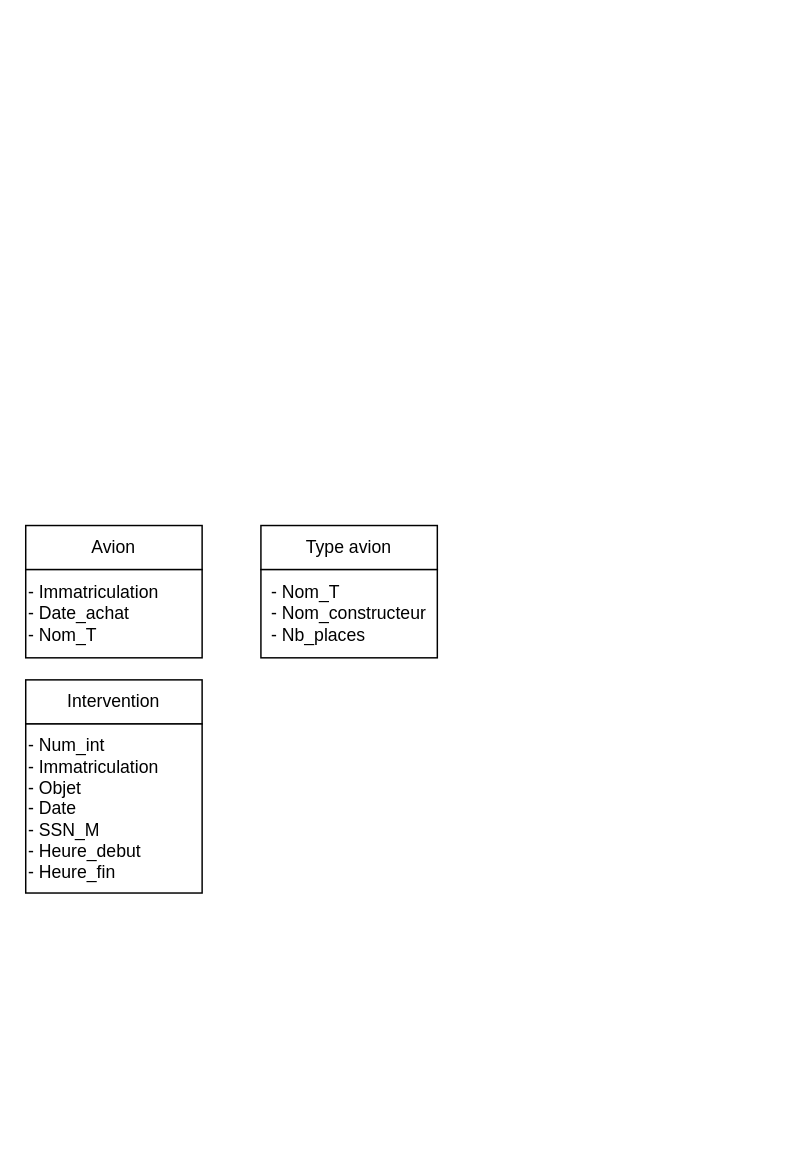
Earlier version of the draw.io diagram src/Untitled Diagram.drawio (guedesite/github-profile-3d-contrib). Source tidied: cells renumbered, new cells numbered last; positions are measured from the earlier drawing's top-left corner, leaving out a move shared by most shapes. Both pictures are drawn from the tidied source at 147%, with x=0, y=0 at pixel (25, 525).
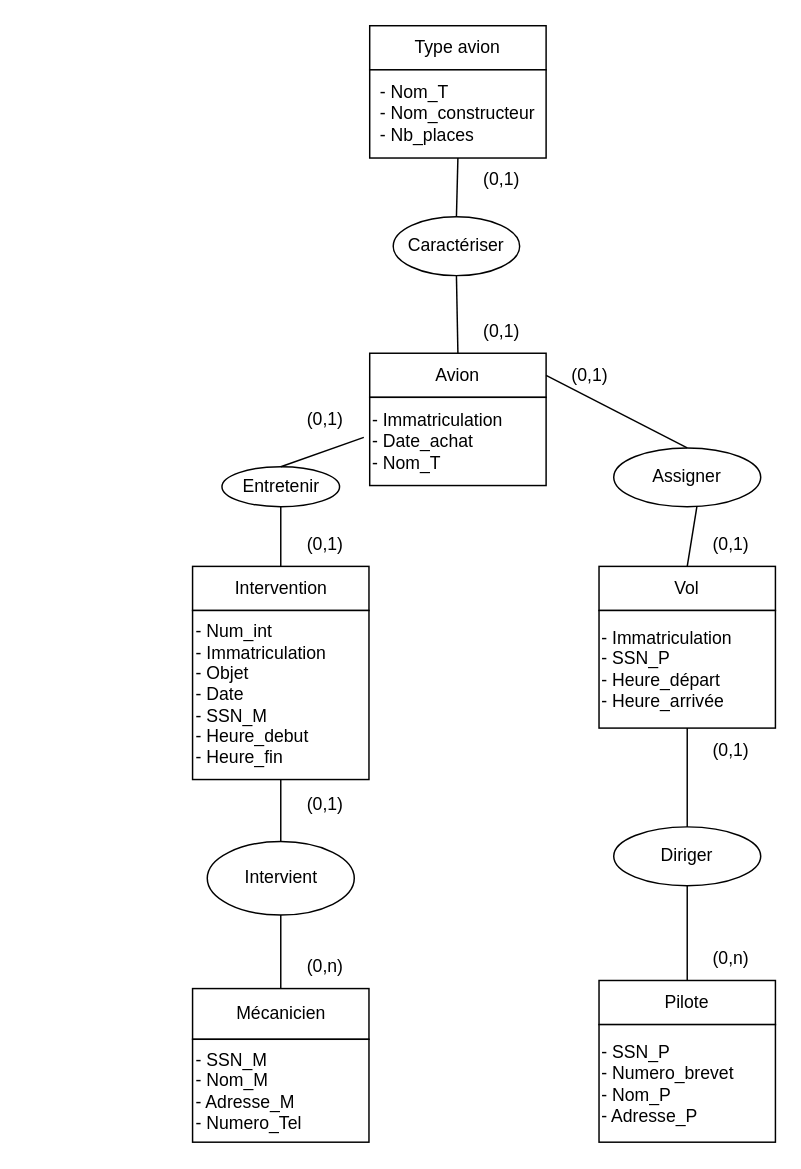
After the change.

Diff of the diagram source:
```diff
@@
     <mxCell id="2" value="Avion" style="rounded=0;whiteSpace=wrap;html=1;" parent="1" vertex="1">
-      <mxGeometry width="120" height="30" as="geometry" />
+      <mxGeometry x="234" y="-117.2" width="120" height="30" as="geometry" />
     </mxCell>
     <mxCell id="3" value="&lt;div align=&quot;left&quot;&gt;- Immatriculation&lt;/div&gt;&lt;div align=&quot;left&quot;&gt;- Date_achat&lt;/div&gt;&lt;div align=&quot;left&quot;&gt;- Nom_T&lt;br&gt;&lt;/div&gt;" style="rounded=0;whiteSpace=wrap;html=1;align=left;" parent="1" vertex="1">
-      <mxGeometry y="30" width="120" height="60" as="geometry" />
+      <mxGeometry x="234" y="-87.2" width="120" height="60" as="geometry" />
     </mxCell>
     <mxCell id="4" value="Intervention" style="rounded=0;whiteSpace=wrap;html=1;" parent="1" vertex="1">
-      <mxGeometry y="105" width="120" height="30" as="geometry" />
+      <mxGeometry x="113.5" y="27.8" width="120" height="30" as="geometry" />
     </mxCell>
     <mxCell id="5" value="&lt;div&gt;- Num_int&lt;/div&gt;&lt;div&gt;- Immatriculation&lt;/div&gt;&lt;div&gt;- Objet&lt;/div&gt;&lt;div&gt;- Date&lt;/div&gt;&lt;div&gt;- SSN_M&lt;/div&gt;&lt;div&gt;- Heure_debut&lt;/div&gt;&lt;div&gt;- Heure_fin&lt;br&gt;&lt;/div&gt;" style="rounded=0;whiteSpace=wrap;html=1;align=left;" parent="1" vertex="1">
-      <mxGeometry y="135" width="120" height="115" as="geometry" />
+      <mxGeometry x="113.5" y="57.8" width="120" height="115" as="geometry" />
     </mxCell>
     <mxCell id="6" value="Type avion" style="rounded=0;whiteSpace=wrap;html=1;" parent="1" vertex="1">
-      <mxGeometry x="160" width="120" height="30" as="geometry" />
+      <mxGeometry x="234" y="-340" width="120" height="30" as="geometry" />
     </mxCell>
     <mxCell id="7" value="&lt;div align=&quot;left&quot;&gt;- Nom_T&lt;/div&gt;&lt;div align=&quot;left&quot;&gt;- Nom_constructeur&lt;/div&gt;&lt;div align=&quot;left&quot;&gt;- Nb_places&lt;br&gt;&lt;/div&gt;" style="rounded=0;whiteSpace=wrap;html=1;" parent="1" vertex="1">
-      <mxGeometry x="160" y="30" width="120" height="60" as="geometry" />
+      <mxGeometry x="234" y="-310" width="120" height="60" as="geometry" />
     </mxCell>
+    <mxCell id="8" value="Mécanicien" style="rounded=0;whiteSpace=wrap;html=1;" parent="1" vertex="1">
+      <mxGeometry x="113.5" y="315" width="120" height="34.5" as="geometry" />
+    </mxCell>
+    <mxCell id="9" value="&lt;div align=&quot;left&quot;&gt;- SSN_M&lt;/div&gt;&lt;div align=&quot;left&quot;&gt;- Nom_M&lt;/div&gt;&lt;div align=&quot;left&quot;&gt;- Adresse_M&lt;/div&gt;&lt;div align=&quot;left&quot;&gt;- Numero_Tel&lt;br&gt;&lt;/div&gt;" style="rounded=0;whiteSpace=wrap;html=1;align=left;" parent="1" vertex="1">
+      <mxGeometry x="113.5" y="349.5" width="120" height="70" as="geometry" />
+    </mxCell>
+    <mxCell id="10" value="Pilote" style="rounded=0;whiteSpace=wrap;html=1;" parent="1" vertex="1">
+      <mxGeometry x="390" y="309.5" width="120" height="30" as="geometry" />
+    </mxCell>
+    <mxCell id="11" value="&lt;div align=&quot;left&quot;&gt;- SSN_P&lt;/div&gt;&lt;div align=&quot;left&quot;&gt;- Numero_brevet&lt;/div&gt;&lt;div align=&quot;left&quot;&gt;- Nom_P&lt;/div&gt;&lt;div align=&quot;left&quot;&gt;- Adresse_P&lt;/div&gt;" style="rounded=0;whiteSpace=wrap;html=1;align=left;" parent="1" vertex="1">
+      <mxGeometry x="390" y="339.5" width="120" height="80" as="geometry" />
+    </mxCell>
+    <mxCell id="12" value="Vol" style="rounded=0;whiteSpace=wrap;html=1;" parent="1" vertex="1">
+      <mxGeometry x="390" y="27.8" width="120" height="30" as="geometry" />
+    </mxCell>
+    <mxCell id="13" value="&lt;div align=&quot;left&quot;&gt;- Immatriculation&lt;/div&gt;&lt;div align=&quot;left&quot;&gt;- SSN_P&lt;/div&gt;&lt;div align=&quot;left&quot;&gt;- Heure_départ&lt;/div&gt;&lt;div align=&quot;left&quot;&gt;- Heure_arrivée&lt;br&gt;&lt;/div&gt;" style="rounded=0;whiteSpace=wrap;html=1;align=left;" parent="1" vertex="1">
+      <mxGeometry x="390" y="57.8" width="120" height="80" as="geometry" />
+    </mxCell>
+    <mxCell id="14" value="Intervient" style="ellipse;whiteSpace=wrap;html=1;" parent="1" vertex="1">
+      <mxGeometry x="123.5" y="215" width="100" height="50" as="geometry" />
+    </mxCell>
+    <mxCell id="15" value="Entretenir" style="ellipse;whiteSpace=wrap;html=1;" parent="1" vertex="1">
+      <mxGeometry x="133.5" y="-40" width="80" height="27.2" as="geometry" />
+    </mxCell>
+    <mxCell id="16" value="Caractériser" style="ellipse;whiteSpace=wrap;html=1;" parent="1" vertex="1">
+      <mxGeometry x="250" y="-210" width="86" height="40" as="geometry" />
+    </mxCell>
+    <mxCell id="17" value="Assigner" style="ellipse;whiteSpace=wrap;html=1;" parent="1" vertex="1">
+      <mxGeometry x="400" y="-52.8" width="100" height="40" as="geometry" />
+    </mxCell>
+    <mxCell id="18" value="Diriger" style="ellipse;whiteSpace=wrap;html=1;" parent="1" vertex="1">
+      <mxGeometry x="400" y="205" width="100" height="40" as="geometry" />
+    </mxCell>
+    <mxCell id="19" style="endArrow=none;html=1;rounded=0;entryX=0.5;entryY=1;entryDx=0;entryDy=0;exitX=0.5;exitY=0;exitDx=0;exitDy=0;" parent="1" edge="1" source="2" target="16">
+      <mxGeometry relative="1" as="geometry" />
+    </mxCell>
+    <mxCell id="20" style="endArrow=none;html=1;rounded=0;exitX=1;exitY=0.5;exitDx=0;exitDy=0;entryX=0.5;entryY=0;entryDx=0;entryDy=0;" parent="1" edge="1" source="2" target="17">
+      <mxGeometry relative="1" as="geometry" />
+    </mxCell>
+    <mxCell id="21" style="endArrow=none;html=1;rounded=0;exitX=0.566;exitY=0.994;exitDx=0;exitDy=0;entryX=0.5;entryY=0;entryDx=0;entryDy=0;exitPerimeter=0;" parent="1" edge="1" source="17" target="12">
+      <mxGeometry relative="1" as="geometry" />
+    </mxCell>
+    <mxCell id="22" style="endArrow=none;html=1;rounded=0;entryX=0.5;entryY=0;entryDx=0;entryDy=0;exitX=0.5;exitY=1;exitDx=0;exitDy=0;" parent="1" edge="1" source="15" target="4">
+      <mxGeometry relative="1" as="geometry" />
+    </mxCell>
+    <mxCell id="23" style="endArrow=none;html=1;rounded=0;entryX=0.5;entryY=1;entryDx=0;entryDy=0;exitX=0.5;exitY=0;exitDx=0;exitDy=0;" parent="1" edge="1" source="14" target="5">
+      <mxGeometry relative="1" as="geometry" />
+    </mxCell>
+    <mxCell id="24" style="endArrow=none;html=1;rounded=0;entryX=0.5;entryY=1;entryDx=0;entryDy=0;exitX=0.5;exitY=0;exitDx=0;exitDy=0;" parent="1" edge="1" source="8" target="14">
+      <mxGeometry relative="1" as="geometry" />
+    </mxCell>
+    <mxCell id="25" style="endArrow=none;html=1;rounded=0;entryX=0.5;entryY=0;entryDx=0;entryDy=0;exitX=0.5;exitY=1;exitDx=0;exitDy=0;" parent="1" edge="1" source="18" target="10">
+      <mxGeometry relative="1" as="geometry" />
+    </mxCell>
+    <mxCell id="26" style="endArrow=none;html=1;rounded=0;exitX=0.5;exitY=1;exitDx=0;exitDy=0;" parent="1" edge="1" source="13" target="18">
+      <mxGeometry relative="1" as="geometry" />
+    </mxCell>
+    <mxCell id="27" style="endArrow=none;html=1;rounded=0;exitX=0.5;exitY=0;exitDx=0;exitDy=0;" parent="1" edge="1" source="15">
+      <mxGeometry relative="1" as="geometry">
+        <mxPoint x="230" y="-60" as="targetPoint" />
+      </mxGeometry>
+    </mxCell>
+    <mxCell id="28" style="endArrow=none;html=1;rounded=0;exitX=0.5;exitY=0;exitDx=0;exitDy=0;entryX=0.5;entryY=1;entryDx=0;entryDy=0;" parent="1" edge="1" source="16" target="7">
+      <mxGeometry relative="1" as="geometry" />
+    </mxCell>
+    <mxCell id="29" value="(0,1)" style="text;html=1;strokeColor=none;fillColor=none;align=center;verticalAlign=middle;whiteSpace=wrap;rounded=0;" parent="1" vertex="1">
+      <mxGeometry x="294" y="-250" width="60" height="30" as="geometry" />
+    </mxCell>
+    <mxCell id="30" value="(0,1)" style="text;html=1;strokeColor=none;fillColor=none;align=center;verticalAlign=middle;whiteSpace=wrap;rounded=0;" parent="1" vertex="1">
+      <mxGeometry x="294" y="-147.2" width="60" height="30" as="geometry" />
+    </mxCell>
+    <mxCell id="31" value="(0,1)" style="text;html=1;strokeColor=none;fillColor=none;align=center;verticalAlign=middle;whiteSpace=wrap;rounded=0;" parent="1" vertex="1">
+      <mxGeometry x="174" y="-87.2" width="60" height="30" as="geometry" />
+    </mxCell>
+    <mxCell id="32" value="(0,1)" style="text;html=1;strokeColor=none;fillColor=none;align=center;verticalAlign=middle;whiteSpace=wrap;rounded=0;" parent="1" vertex="1">
+      <mxGeometry x="354" y="-117.2" width="60" height="30" as="geometry" />
+    </mxCell>
+    <mxCell id="33" value="(0,1)" style="text;html=1;strokeColor=none;fillColor=none;align=center;verticalAlign=middle;whiteSpace=wrap;rounded=0;" parent="1" vertex="1">
+      <mxGeometry x="173.5" y="-2.2" width="60" height="30" as="geometry" />
+    </mxCell>
+    <mxCell id="34" value="(0,1)" style="text;html=1;strokeColor=none;fillColor=none;align=center;verticalAlign=middle;whiteSpace=wrap;rounded=0;" parent="1" vertex="1">
+      <mxGeometry x="173.5" y="175" width="60" height="30" as="geometry" />
+    </mxCell>
+    <mxCell id="35" value="(0,n)" style="text;html=1;strokeColor=none;fillColor=none;align=center;verticalAlign=middle;whiteSpace=wrap;rounded=0;" parent="1" vertex="1">
+      <mxGeometry x="174" y="285" width="60" height="30" as="geometry" />
+    </mxCell>
+    <mxCell id="36" value="(0,n)" style="text;html=1;strokeColor=none;fillColor=none;align=center;verticalAlign=middle;whiteSpace=wrap;rounded=0;" parent="1" vertex="1">
+      <mxGeometry x="450" y="279.5" width="60" height="30" as="geometry" />
+    </mxCell>
+    <mxCell id="37" value="(0,1)" style="text;html=1;strokeColor=none;fillColor=none;align=center;verticalAlign=middle;whiteSpace=wrap;rounded=0;" parent="1" vertex="1">
+      <mxGeometry x="450" y="137.8" width="60" height="30" as="geometry" />
+    </mxCell>
+    <mxCell id="38" value="(0,1)" style="text;html=1;strokeColor=none;fillColor=none;align=center;verticalAlign=middle;whiteSpace=wrap;rounded=0;" parent="1" vertex="1">
+      <mxGeometry x="450" y="-2.2" width="60" height="30" as="geometry" />
+    </mxCell>
```
